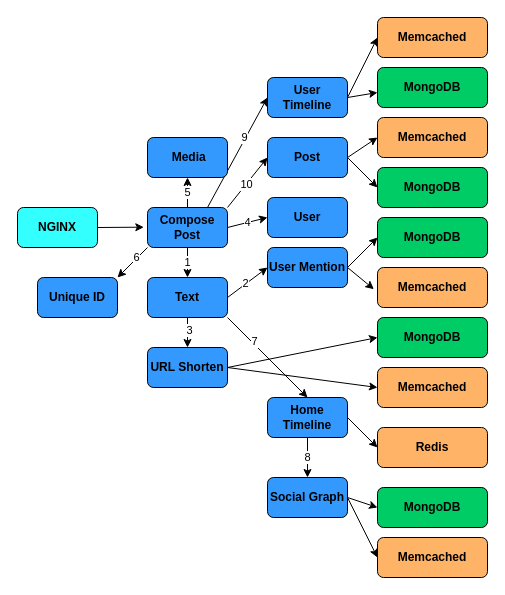
Above: figures/social_call_graph.drawio in Romero027/DeathStarBench (draw.io), before the change. Source tidied: cells renumbered, new cells numbered last; positions are measured from the earlier drawing's top-left corner, leaving out a move shared by most shapes. Both pictures are drawn from the tidied source at 100%, with x=0, y=0 at pixel (17, 17).
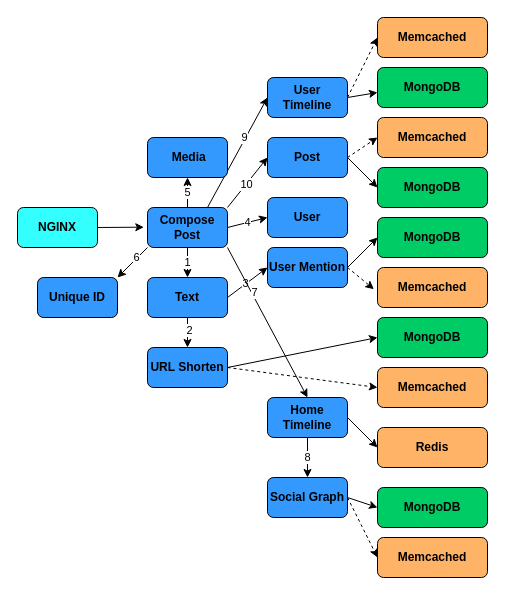
The same diagram, later.

Unchanged cells that the change refers to:
```xml
<mxCell id="2" style="edgeStyle=orthogonalEdgeStyle;rounded=0;jettySize=auto;html=1;exitX=0.5;exitY=1;exitDx=0;exitDy=0;entryX=0.5;entryY=0;entryDx=0;entryDy=0;" parent="1" edge="1" source="8" target="11">
  <mxGeometry relative="1" as="geometry" />
</mxCell>
<mxCell id="4" style="rounded=0;jettySize=auto;html=1;exitX=1;exitY=0.5;exitDx=0;exitDy=0;entryX=0;entryY=0.5;entryDx=0;entryDy=0;" parent="1" edge="1" source="8" target="14">
  <mxGeometry relative="1" as="geometry" />
</mxCell>
<mxCell id="8" value="&lt;b&gt;Text&lt;/b&gt;" style="rounded=1;whiteSpace=wrap;html=1;fillColor=#3399FF;" parent="1" vertex="1">
  <mxGeometry x="130" y="260" width="80" height="40" as="geometry" />
</mxCell>
<mxCell id="11" value="&lt;b&gt;URL Shorten&lt;/b&gt;" style="rounded=1;whiteSpace=wrap;html=1;fillColor=#3399FF;" parent="1" vertex="1">
  <mxGeometry x="130" y="330" width="80" height="40" as="geometry" />
</mxCell>
<mxCell id="14" value="&lt;b&gt;User Mention&lt;/b&gt;" style="rounded=1;whiteSpace=wrap;html=1;fillColor=#3399FF;" parent="1" vertex="1">
  <mxGeometry x="250" y="230" width="80" height="40" as="geometry" />
</mxCell>
<mxCell id="24" value="&lt;b&gt;Compose Post&lt;/b&gt;" style="rounded=1;whiteSpace=wrap;html=1;fillColor=#3399FF;" parent="1" vertex="1">
  <mxGeometry x="130" y="190" width="80" height="40" as="geometry" />
</mxCell>
<mxCell id="27" value="&lt;b&gt;Memcached&lt;/b&gt;" style="rounded=1;whiteSpace=wrap;html=1;fillColor=#FFB366;" parent="1" vertex="1">
  <mxGeometry x="360" y="350" width="110" height="40" as="geometry" />
</mxCell>
<mxCell id="28" value="&lt;b&gt;Memcached&lt;/b&gt;" style="rounded=1;whiteSpace=wrap;html=1;fillColor=#FFB366;" parent="1" vertex="1">
  <mxGeometry x="360" y="250" width="110" height="40" as="geometry" />
</mxCell>
<mxCell id="36" value="&lt;b&gt;Home Timeline&lt;/b&gt;" style="rounded=1;whiteSpace=wrap;html=1;fillColor=#3399FF;" parent="1" vertex="1">
  <mxGeometry x="250" y="380" width="80" height="40" as="geometry" />
</mxCell>
<mxCell id="40" value="&lt;b&gt;Social Graph&lt;/b&gt;" style="rounded=1;whiteSpace=wrap;html=1;fillColor=#3399FF;" parent="1" vertex="1">
  <mxGeometry x="250" y="460" width="80" height="40" as="geometry" />
</mxCell>
<mxCell id="42" value="&lt;b&gt;Memcached&lt;/b&gt;" style="rounded=1;whiteSpace=wrap;html=1;fillColor=#FFB366;" parent="1" vertex="1">
  <mxGeometry x="360" y="520" width="110" height="40" as="geometry" />
</mxCell>
<mxCell id="45" value="&lt;b&gt;User Timeline&lt;/b&gt;" style="rounded=1;whiteSpace=wrap;html=1;fillColor=#3399FF;" parent="1" vertex="1">
  <mxGeometry x="250" y="60" width="80" height="40" as="geometry" />
</mxCell>
<mxCell id="46" value="&lt;b&gt;Memcached&lt;/b&gt;" style="rounded=1;whiteSpace=wrap;html=1;fillColor=#FFB366;" parent="1" vertex="1">
  <mxGeometry x="360" width="110" height="40" as="geometry" />
</mxCell>
<mxCell id="50" value="&lt;b&gt;Post&lt;/b&gt;" style="rounded=1;whiteSpace=wrap;html=1;fillColor=#3399FF;" parent="1" vertex="1">
  <mxGeometry x="250" y="120" width="80" height="40" as="geometry" />
</mxCell>
<mxCell id="51" value="&lt;b&gt;Memcached&lt;/b&gt;" style="rounded=1;whiteSpace=wrap;html=1;fillColor=#FFB366;" parent="1" vertex="1">
  <mxGeometry x="360" y="100" width="110" height="40" as="geometry" />
</mxCell>
```

Change to the diagram source:
```diff
@@
-    <mxCell id="3" value="3" style="edgeLabel;html=1;align=center;verticalAlign=middle;" parent="2" vertex="1">
+    <mxCell id="3" value="2" style="edgeLabel;html=1;align=center;verticalAlign=middle;" parent="2" vertex="1">
       <mxGeometry x="-0.22" y="1" relative="1" as="geometry" />
     </mxCell>
@@
-    <mxCell id="5" value="2" style="edgeLabel;html=1;align=center;verticalAlign=middle;" parent="4" vertex="1">
+    <mxCell id="5" value="3" style="edgeLabel;html=1;align=center;verticalAlign=middle;" parent="4" vertex="1">
       <mxGeometry x="-0.07" y="1" relative="1" as="geometry" />
     </mxCell>
-    <mxCell id="6" style="edgeStyle=none;rounded=0;jettySize=auto;html=1;exitX=1;exitY=1;exitDx=0;exitDy=0;entryX=0.5;entryY=0;entryDx=0;entryDy=0;" parent="1" edge="1" source="8" target="36">
+    <mxCell id="6" style="edgeStyle=none;rounded=0;jettySize=auto;html=1;exitX=1;exitY=1;exitDx=0;exitDy=0;entryX=0.5;entryY=0;entryDx=0;entryDy=0;" parent="1" edge="1" source="24" target="36">
       <mxGeometry relative="1" as="geometry" />
     </mxCell>
@@
-    <mxCell id="10" style="edgeStyle=none;rounded=0;jettySize=auto;html=1;exitX=1;exitY=0.5;exitDx=0;exitDy=0;entryX=0;entryY=0.5;entryDx=0;entryDy=0;" parent="1" edge="1" source="11" target="27">
+    <mxCell id="10" style="edgeStyle=none;rounded=0;jettySize=auto;html=1;exitX=1;exitY=0.5;exitDx=0;exitDy=0;entryX=0;entryY=0.5;entryDx=0;entryDy=0;dashed=1;" parent="1" edge="1" source="11" target="27">
       <mxGeometry relative="1" as="geometry" />
     </mxCell>
@@
-    <mxCell id="13" style="edgeStyle=none;rounded=0;jettySize=auto;html=1;exitX=1;exitY=0.5;exitDx=0;exitDy=0;entryX=-0.033;entryY=0.542;entryDx=0;entryDy=0;entryPerimeter=0;" parent="1" edge="1" source="14" target="28">
+    <mxCell id="13" style="edgeStyle=none;rounded=0;jettySize=auto;html=1;exitX=1;exitY=0.5;exitDx=0;exitDy=0;entryX=-0.033;entryY=0.542;entryDx=0;entryDy=0;entryPerimeter=0;dashed=1;" parent="1" edge="1" source="14" target="28">
       <mxGeometry relative="1" as="geometry" />
     </mxCell>
@@
-    <mxCell id="39" style="edgeStyle=none;rounded=0;jettySize=auto;html=1;exitX=1;exitY=0.5;exitDx=0;exitDy=0;entryX=0;entryY=0.5;entryDx=0;entryDy=0;" parent="1" edge="1" source="40" target="42">
+    <mxCell id="39" style="edgeStyle=none;rounded=0;jettySize=auto;html=1;exitX=1;exitY=0.5;exitDx=0;exitDy=0;entryX=0;entryY=0.5;entryDx=0;entryDy=0;dashed=1;" parent="1" edge="1" source="40" target="42">
       <mxGeometry relative="1" as="geometry" />
     </mxCell>
@@
-    <mxCell id="43" style="edgeStyle=none;rounded=0;jettySize=auto;html=1;exitX=1;exitY=0.5;exitDx=0;exitDy=0;entryX=0;entryY=0.5;entryDx=0;entryDy=0;" parent="1" edge="1" source="45" target="46">
+    <mxCell id="43" style="edgeStyle=none;rounded=0;jettySize=auto;html=1;exitX=1;exitY=0.5;exitDx=0;exitDy=0;entryX=0;entryY=0.5;entryDx=0;entryDy=0;dashed=1;" parent="1" edge="1" source="45" target="46">
       <mxGeometry relative="1" as="geometry" />
     </mxCell>
@@
-    <mxCell id="48" style="edgeStyle=none;rounded=0;jettySize=auto;html=1;exitX=1;exitY=0.5;exitDx=0;exitDy=0;entryX=0;entryY=0.5;entryDx=0;entryDy=0;" parent="1" edge="1" source="50" target="51">
+    <mxCell id="48" style="edgeStyle=none;rounded=0;jettySize=auto;html=1;exitX=1;exitY=0.5;exitDx=0;exitDy=0;entryX=0;entryY=0.5;entryDx=0;entryDy=0;dashed=1;" parent="1" edge="1" source="50" target="51">
       <mxGeometry relative="1" as="geometry" />
     </mxCell>
```
